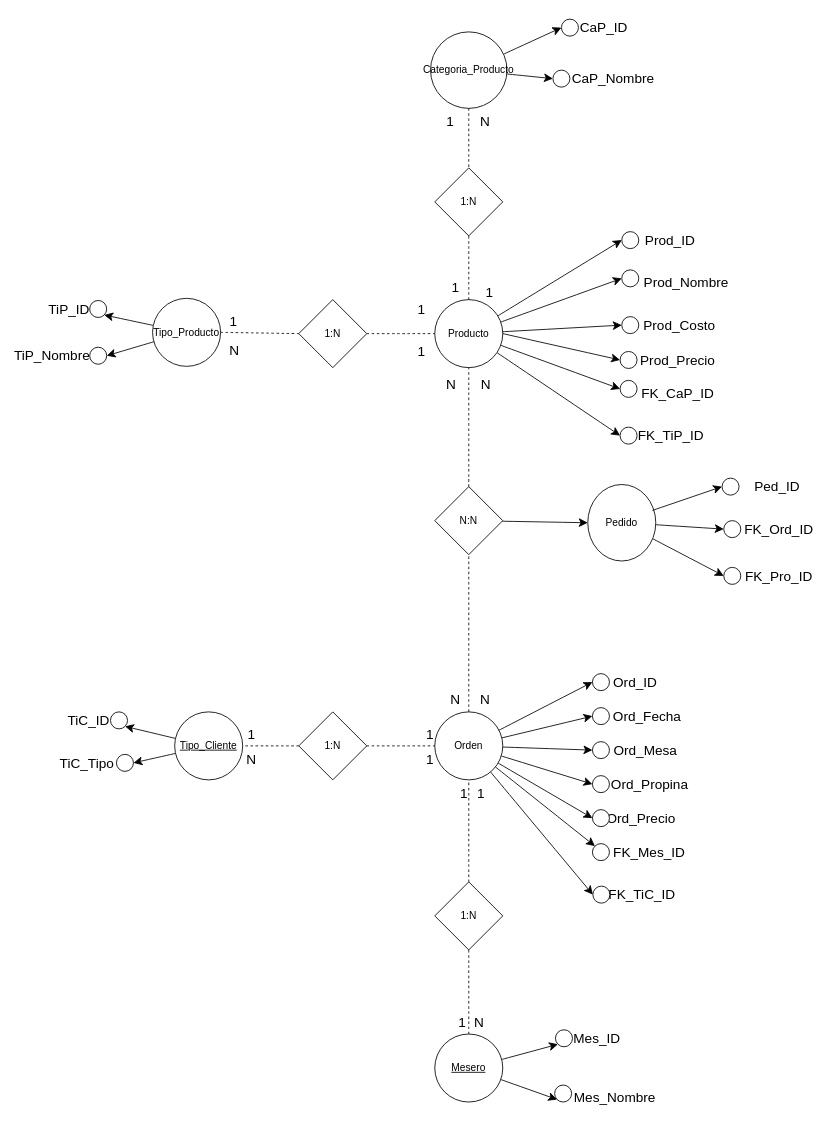
Above: page "Página-1" (1 of 2) of Base de datos/DER/DER_BBDD_RESTAURANTE.drawio in JhonFredyA/Aplicacion_Restaurante (draw.io), before the change. Source tidied: cells renumbered, new cells numbered last; positions are measured from the earlier drawing's top-left corner, leaving out a move shared by most shapes. Both pictures are drawn from the tidied source at 85%, with x=0, y=0 at pixel (26, 14).
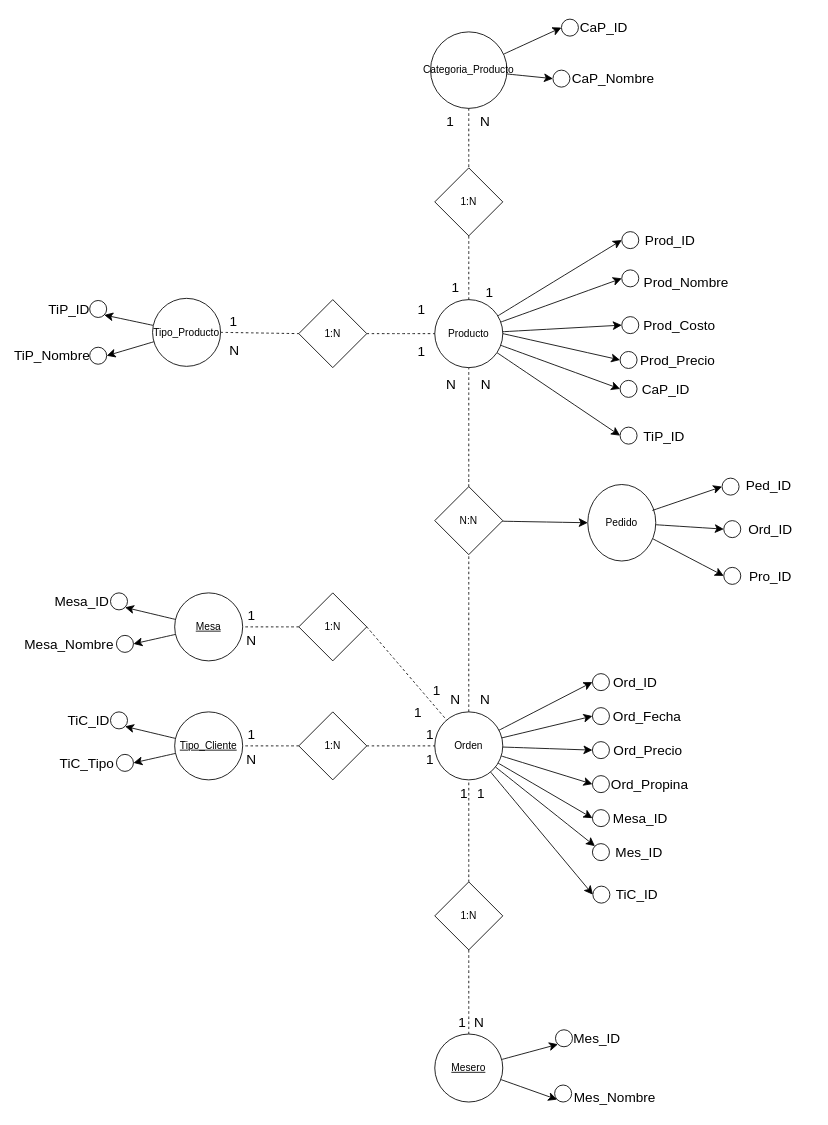
The same page after the edit.

Commit message (it also covers changes not shown here):
correción de DER

Unchanged cells that the change refers to:
```xml
<mxCell id="12" value="Orden" style="ellipse;whiteSpace=wrap;html=1;align=center;" parent="1" vertex="1">
  <mxGeometry x="480" y="820" width="80" height="80" as="geometry" />
</mxCell>
```

Change to the diagram source:
```diff
@@
-    <mxCell id="21" value="&lt;blockquote style=&quot;margin: 0 0 0 40px; border: none; padding: 0px;&quot;&gt;FK_Mes_ID&lt;/blockquote&gt;" style="text;html=1;align=center;verticalAlign=middle;whiteSpace=wrap;rounded=0;fontSize=16;" parent="1" vertex="1">
-      <mxGeometry x="660" y="970" width="105" height="30" as="geometry" />
+    <mxCell id="21" value="&lt;blockquote style=&quot;margin: 0 0 0 40px; border: none; padding: 0px;&quot;&gt;Mes_ID&lt;/blockquote&gt;" style="text;html=1;align=center;verticalAlign=middle;whiteSpace=wrap;rounded=0;fontSize=16;" parent="1" vertex="1">
+      <mxGeometry x="648" y="970" width="105" height="30" as="geometry" />
     </mxCell>
@@
-    <mxCell id="25" value="Ord_Mesa" style="text;html=1;align=center;verticalAlign=middle;whiteSpace=wrap;rounded=0;fontSize=16;" parent="1" vertex="1">
-      <mxGeometry x="698" y="850" width="60" height="30" as="geometry" />
+    <mxCell id="25" value="Mesa_ID" style="text;html=1;align=center;verticalAlign=middle;whiteSpace=wrap;rounded=0;fontSize=16;" parent="1" vertex="1">
+      <mxGeometry x="692" y="930" width="60" height="30" as="geometry" />
     </mxCell>
@@
-    <mxCell id="27" value="FK_TiC_ID" style="text;html=1;align=center;verticalAlign=middle;whiteSpace=wrap;rounded=0;fontSize=16;" parent="1" vertex="1">
-      <mxGeometry x="694" y="1020" width="60" height="30" as="geometry" />
+    <mxCell id="27" value="TiC_ID" style="text;html=1;align=center;verticalAlign=middle;whiteSpace=wrap;rounded=0;fontSize=16;" parent="1" vertex="1">
+      <mxGeometry x="688" y="1020" width="60" height="30" as="geometry" />
     </mxCell>
@@
     <mxCell id="29" value="Ord_Precio" style="text;html=1;align=center;verticalAlign=middle;whiteSpace=wrap;rounded=0;fontSize=16;" parent="1" vertex="1">
-      <mxGeometry x="693" y="930" width="60" height="30" as="geometry" />
+      <mxGeometry x="701" y="850" width="60" height="30" as="geometry" />
     </mxCell>
-    <mxCell id="30" value="FK_Ord_ID" style="text;html=1;align=center;verticalAlign=middle;whiteSpace=wrap;rounded=0;fontSize=16;" parent="1" vertex="1">
-      <mxGeometry x="855" y="590" width="60" height="30" as="geometry" />
+    <mxCell id="30" value="Ord_ID" style="text;html=1;align=center;verticalAlign=middle;whiteSpace=wrap;rounded=0;fontSize=16;" parent="1" vertex="1">
+      <mxGeometry x="845" y="590" width="60" height="30" as="geometry" />
     </mxCell>
@@
-    <mxCell id="39" value="FK_TiP_ID" style="text;html=1;align=center;verticalAlign=middle;whiteSpace=wrap;rounded=0;fontSize=16;" parent="1" vertex="1">
-      <mxGeometry x="728" y="480" width="60" height="30" as="geometry" />
+    <mxCell id="39" value="TiP_ID" style="text;html=1;align=center;verticalAlign=middle;whiteSpace=wrap;rounded=0;fontSize=16;" parent="1" vertex="1">
+      <mxGeometry x="720" y="481" width="60" height="30" as="geometry" />
     </mxCell>
@@
-    <mxCell id="41" value="FK_CaP_ID" style="text;html=1;align=center;verticalAlign=middle;whiteSpace=wrap;rounded=0;fontSize=16;" parent="1" vertex="1">
-      <mxGeometry x="736" y="430" width="60" height="30" as="geometry" />
+    <mxCell id="41" value="CaP_ID" style="text;html=1;align=center;verticalAlign=middle;whiteSpace=wrap;rounded=0;fontSize=16;" parent="1" vertex="1">
+      <mxGeometry x="722" y="425" width="60" height="30" as="geometry" />
     </mxCell>
@@
-    <mxCell id="52" value="FK_Pro_ID" style="text;html=1;align=center;verticalAlign=middle;whiteSpace=wrap;rounded=0;fontSize=16;" parent="1" vertex="1">
-      <mxGeometry x="855" y="645" width="60" height="30" as="geometry" />
+    <mxCell id="52" value="Pro_ID" style="text;html=1;align=center;verticalAlign=middle;whiteSpace=wrap;rounded=0;fontSize=16;" parent="1" vertex="1">
+      <mxGeometry x="845" y="645" width="60" height="30" as="geometry" />
     </mxCell>
@@
     <mxCell id="115" value="Ped_ID" style="text;html=1;align=center;verticalAlign=middle;whiteSpace=wrap;rounded=0;fontSize=16;" parent="1" vertex="1">
-      <mxGeometry x="853" y="540" width="60" height="30" as="geometry" />
+      <mxGeometry x="843" y="539" width="60" height="30" as="geometry" />
     </mxCell>
@@
+    <mxCell id="117" style="edgeStyle=none;curved=1;rounded=0;jettySize=auto;html=1;entryX=1;entryY=1;entryDx=0;entryDy=0;fontSize=12;startSize=8;endSize=8;" parent="1" edge="1" source="119" target="122">
+      <mxGeometry relative="1" as="geometry" />
+    </mxCell>
+    <mxCell id="118" style="edgeStyle=none;curved=1;rounded=0;jettySize=auto;html=1;entryX=1;entryY=0.5;entryDx=0;entryDy=0;fontSize=12;startSize=8;endSize=8;" parent="1" edge="1" source="119" target="123">
+      <mxGeometry relative="1" as="geometry" />
+    </mxCell>
+    <mxCell id="119" value="Mesa" style="ellipse;whiteSpace=wrap;html=1;align=center;fontStyle=4;" parent="1" vertex="1">
+      <mxGeometry x="174" y="680" width="80" height="80" as="geometry" />
+    </mxCell>
+    <mxCell id="120" value="Mesa_ID" style="text;html=1;align=center;verticalAlign=middle;whiteSpace=wrap;rounded=0;fontSize=16;" parent="1" vertex="1">
+      <mxGeometry x="34.5" y="675" width="60" height="30" as="geometry" />
+    </mxCell>
+    <mxCell id="121" value="Mesa_Nombre" style="text;html=1;align=center;verticalAlign=middle;whiteSpace=wrap;rounded=0;fontSize=16;" parent="1" vertex="1">
+      <mxGeometry x="19.5" y="725" width="60" height="30" as="geometry" />
+    </mxCell>
+    <mxCell id="122" style="ellipse;whiteSpace=wrap;html=1;" parent="1" vertex="1">
+      <mxGeometry x="98.5" y="680" width="20" height="20" as="geometry" />
+    </mxCell>
+    <mxCell id="123" style="ellipse;whiteSpace=wrap;html=1;" parent="1" vertex="1">
+      <mxGeometry x="105.5" y="730" width="20" height="20" as="geometry" />
+    </mxCell>
+    <mxCell id="124" value="1:N" style="rhombus;whiteSpace=wrap;html=1;" parent="1" vertex="1">
+      <mxGeometry x="320" y="680" width="80" height="80" as="geometry" />
+    </mxCell>
+    <mxCell id="125" style="endArrow=none;dashed=1;html=1;rounded=0;fontSize=12;startSize=8;endSize=8;curved=1;exitX=1;exitY=0.5;exitDx=0;exitDy=0;" parent="1" edge="1" source="124" target="12">
+      <mxGeometry relative="1" as="geometry" />
+    </mxCell>
+    <mxCell id="126" style="endArrow=none;dashed=1;html=1;rounded=0;fontSize=12;startSize=8;endSize=8;curved=1;exitX=0;exitY=0.5;exitDx=0;exitDy=0;entryX=1;entryY=0.5;entryDx=0;entryDy=0;" parent="1" edge="1" source="124" target="119">
+      <mxGeometry relative="1" as="geometry" />
+    </mxCell>
+    <mxCell id="127" value="1" style="text;html=1;align=center;verticalAlign=middle;strokeColor=none;fillColor=none;fontSize=16;" parent="1" vertex="1">
+      <mxGeometry x="249" y="691" width="30" height="30" as="geometry" />
+    </mxCell>
+    <mxCell id="128" value="N" style="text;html=1;align=center;verticalAlign=middle;strokeColor=none;fillColor=none;fontSize=16;" parent="1" vertex="1">
+      <mxGeometry x="244" y="721" width="40" height="30" as="geometry" />
+    </mxCell>
+    <mxCell id="129" value="1" style="text;html=1;align=center;verticalAlign=middle;strokeColor=none;fillColor=none;fontSize=16;" parent="1" vertex="1">
+      <mxGeometry x="445" y="805" width="30" height="30" as="geometry" />
+    </mxCell>
+    <mxCell id="130" value="1" style="text;html=1;align=center;verticalAlign=middle;strokeColor=none;fillColor=none;fontSize=16;" parent="1" vertex="1">
+      <mxGeometry x="466.5" y="780" width="30" height="30" as="geometry" />
+    </mxCell>
```
